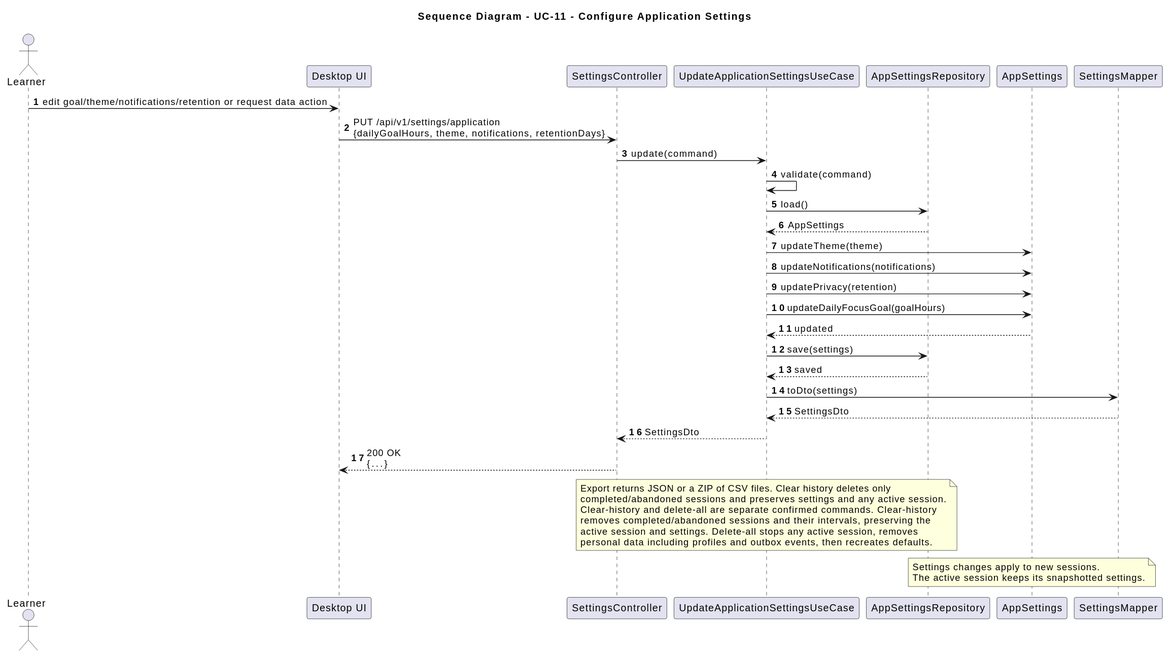
MiguelRibeiro1210/Focus-and-Study-Tracking keeps this PlantUML diagram as docs/SD/SD_ConfigureApplicationSettings.svg. Above is the earlier version.
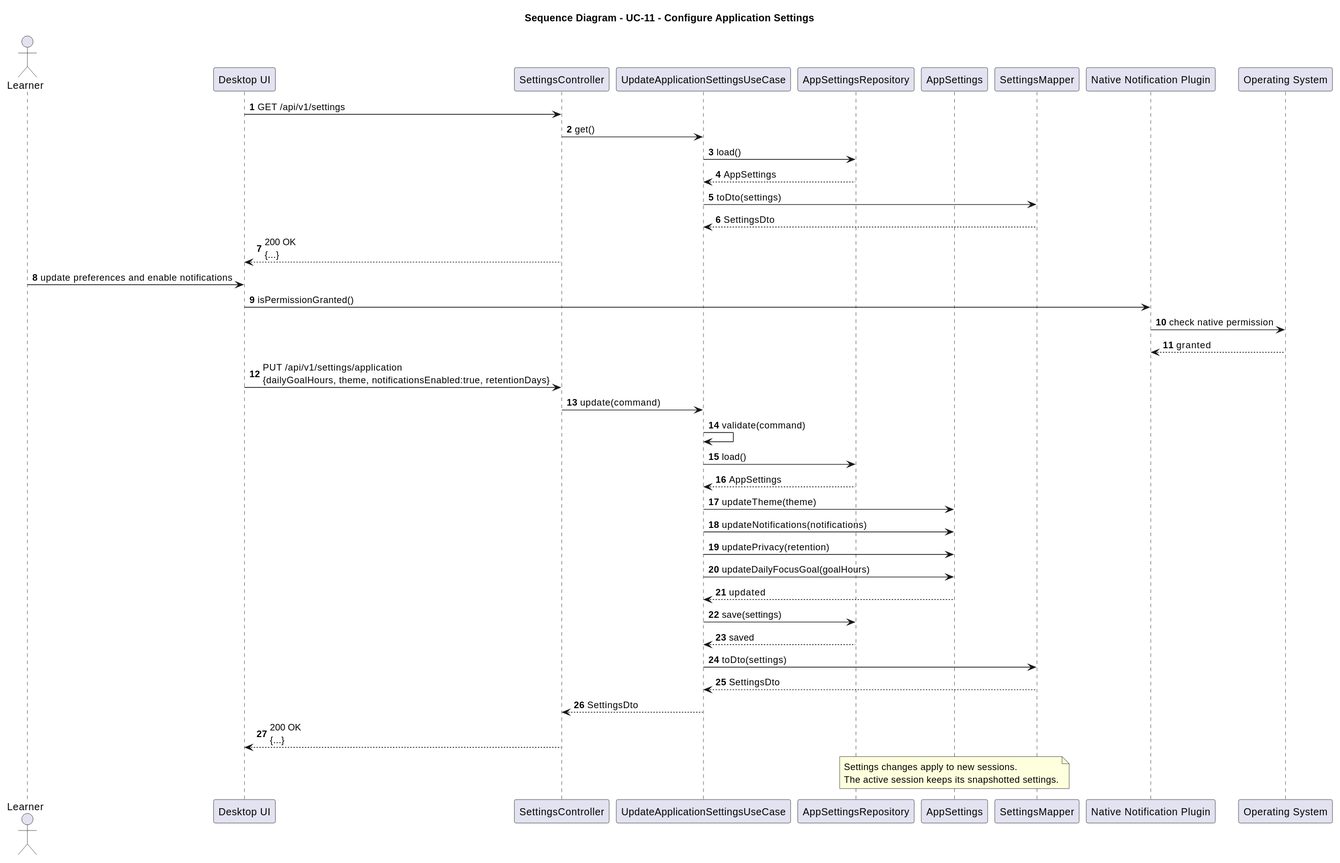
After the commit.

Commit message:
docs(notifications): define native interval notification behavior

What changed in the source:
```diff
@@ -9,12 +9,24 @@
 participant "AppSettingsRepository" as Repo
 participant "AppSettings" as Settings
 participant "SettingsMapper" as Mapper
+participant "Native Notification Plugin" as Notifications
+participant "Operating System" as OS
 
-Learner -> UI : edit goal/theme/notifications/retention or request data action
-UI -> Controller : PUT /api/v1/settings/application\n{dailyGoalHours, theme, notifications, retentionDays}
+UI -> Controller : GET /api/v1/settings
+Controller -> UseCase : get()
+UseCase -> Repo : load()
+Repo --> UseCase : AppSettings
+UseCase -> Mapper : toDto(settings)
+Mapper --> UseCase : SettingsDto
+Controller --> UI : 200 OK\n{...}
+
+Learner -> UI : update preferences and enable notifications
+UI -> Notifications : isPermissionGranted()
+Notifications -> OS : check native permission
+OS --> Notifications : granted
+UI -> Controller : PUT /api/v1/settings/application\n{dailyGoalHours, theme, notificationsEnabled:true, retentionDays}
 Controller -> UseCase : update(command)
 UseCase -> UseCase : validate(command)
-
 UseCase -> Repo : load()
 Repo --> UseCase : AppSettings
 UseCase -> Settings : updateTheme(theme)
@@ -29,15 +41,6 @@
 UseCase --> Controller : SettingsDto
 Controller --> UI : 200 OK\n{...}
 
-note over UseCase
-  Export returns JSON or a ZIP of CSV files. Clear history deletes only
-  completed/abandoned sessions and preserves settings and any active session.
-  Clear-history and delete-all are separate confirmed commands. Clear-history
-  removes completed/abandoned sessions and their intervals, preserving the
-  active session and settings. Delete-all stops any active session, removes
-  personal data including profiles and outbox events, then recreates defaults.
-end note
-
 note over Settings
   Settings changes apply to new sessions.
   The active session keeps its snapshotted settings.
```
